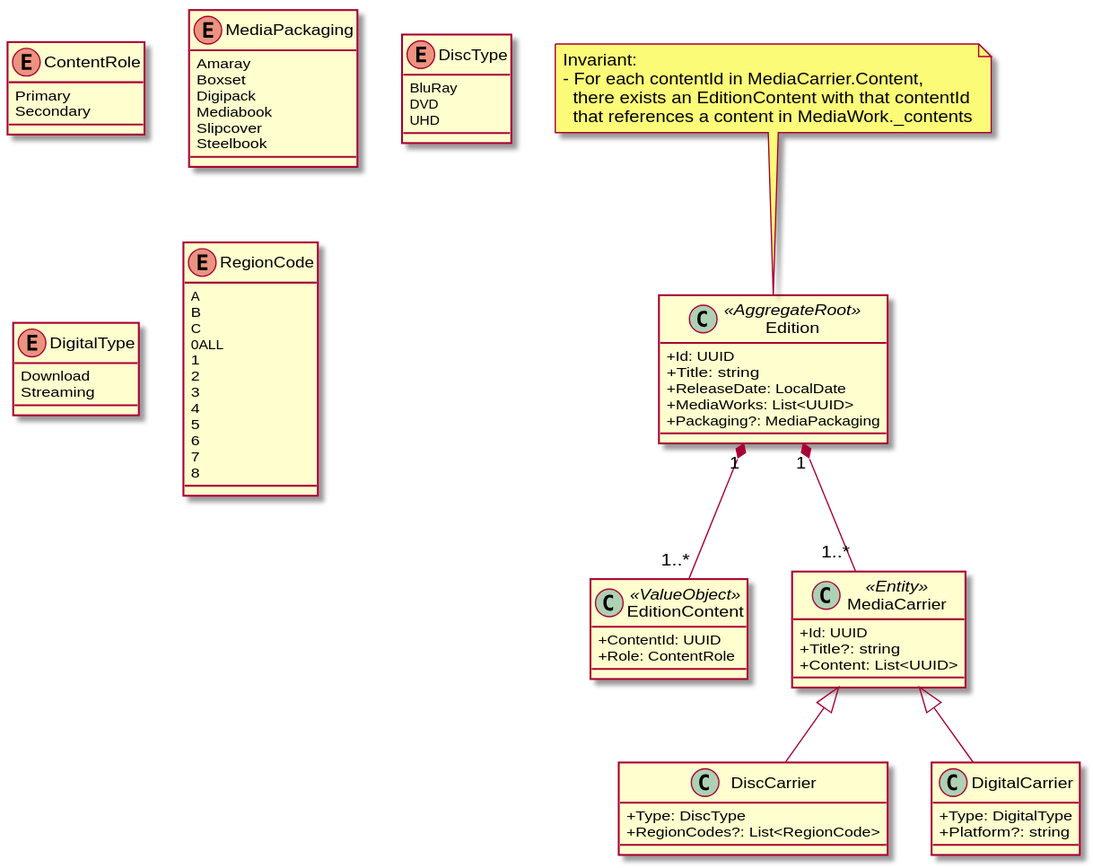
Above: docs/diagrams/domain/domain-edition.svg in yantue/colleq (PlantUML), before the change.
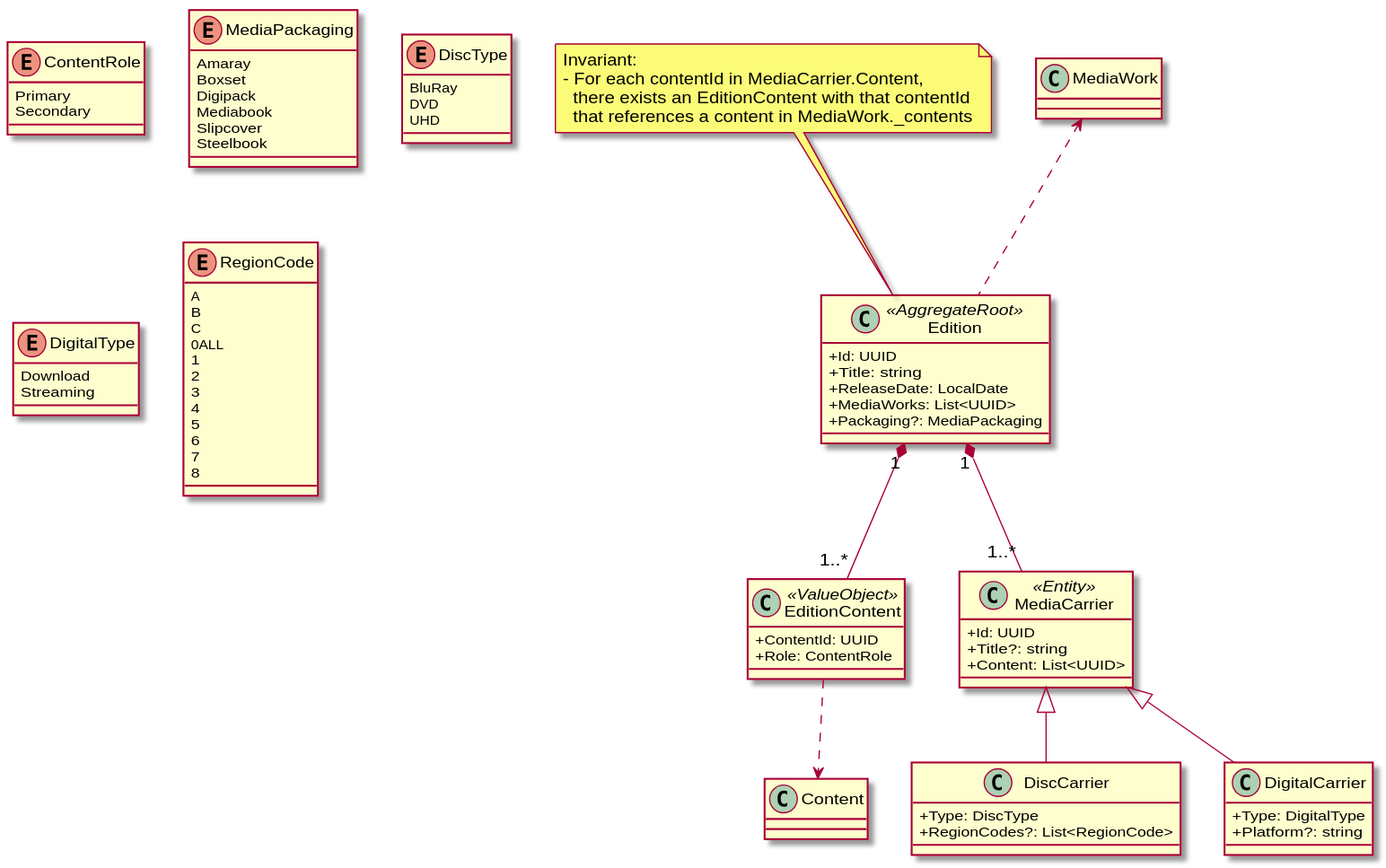
The same diagram one commit later.

What changed in the source:
```diff
@@ -85,4 +85,7 @@
     8
 }
 
+MediaWork <.. Edition
+EditionContent ..> Content
+
 @enduml
```
